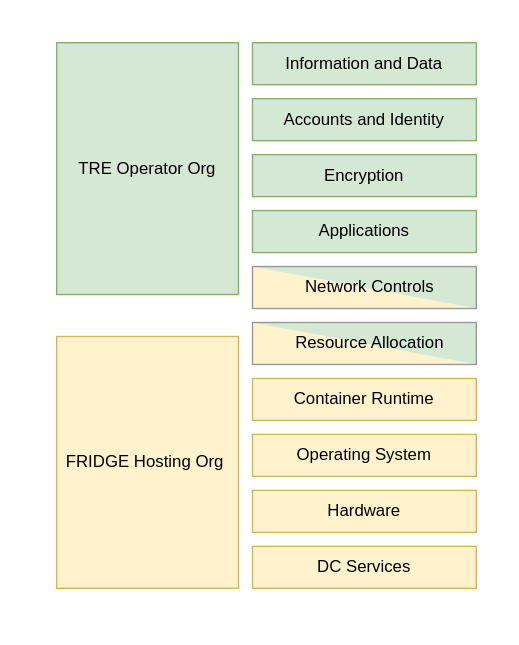
Above: Docs/FRIDGE_Images/Fridge_Shared_Responsibility_Model.drawio.svg in sa-tre/satre-high-level-design (draw.io), before the change. Source tidied: cells renumbered, new cells last; positions are measured from the earlier drawing's top-left corner, leaving out a move shared by most shapes.
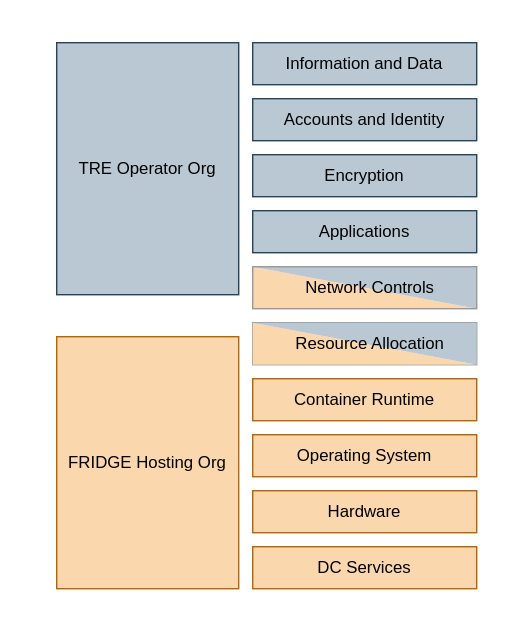
After the change.

Diff of the diagram source:
```diff
@@ -5,65 +5,59 @@
     <mxCell id="2" style="rounded=0;whiteSpace=wrap;html=1;strokeColor=none;" parent="1" vertex="1">
       <mxGeometry width="370" height="460" as="geometry" />
     </mxCell>
-    <mxCell id="3" value="TRE Operator Org" style="rounded=0;whiteSpace=wrap;html=1;align=center;fillColor=#d5e8d4;strokeColor=#82b366;" parent="1" vertex="1">
+    <mxCell id="3" value="TRE Operator Org" style="rounded=0;whiteSpace=wrap;html=1;align=center;fillColor=#bac8d3;strokeColor=#23445d;" parent="1" vertex="1">
       <mxGeometry x="40" y="30" width="130" height="180" as="geometry" />
     </mxCell>
-    <mxCell id="4" value="DC Services" style="rounded=0;whiteSpace=wrap;html=1;fillColor=#fff2cc;strokeColor=#d6b656;" parent="1" vertex="1">
+    <mxCell id="4" value="DC Services" style="rounded=0;whiteSpace=wrap;html=1;fillColor=#fad7ac;strokeColor=#b46504;" parent="1" vertex="1">
       <mxGeometry x="180" y="390" width="160" height="30" as="geometry" />
     </mxCell>
-    <mxCell id="5" value="Hardware" style="rounded=0;whiteSpace=wrap;html=1;fillColor=#fff2cc;strokeColor=#d6b656;" parent="1" vertex="1">
+    <mxCell id="5" value="Hardware" style="rounded=0;whiteSpace=wrap;html=1;fillColor=#fad7ac;strokeColor=#b46504;" parent="1" vertex="1">
       <mxGeometry x="180" y="350" width="160" height="30" as="geometry" />
     </mxCell>
-    <mxCell id="6" value="Operating System" style="rounded=0;whiteSpace=wrap;html=1;fillColor=#fff2cc;strokeColor=#d6b656;" parent="1" vertex="1">
+    <mxCell id="6" value="Operating System" style="rounded=0;whiteSpace=wrap;html=1;fillColor=#fad7ac;strokeColor=#b46504;" parent="1" vertex="1">
       <mxGeometry x="180" y="310" width="160" height="30" as="geometry" />
     </mxCell>
-    <mxCell id="7" value="Container Runtime" style="rounded=0;whiteSpace=wrap;html=1;fillColor=#fff2cc;strokeColor=#d6b656;" parent="1" vertex="1">
+    <mxCell id="7" value="Container Runtime" style="rounded=0;whiteSpace=wrap;html=1;fillColor=#fad7ac;strokeColor=#b46504;" parent="1" vertex="1">
       <mxGeometry x="180" y="270" width="160" height="30" as="geometry" />
     </mxCell>
-    <mxCell id="8" value="Applications" style="rounded=0;whiteSpace=wrap;html=1;fillColor=#d5e8d4;strokeColor=#82b366;" parent="1" vertex="1">
+    <mxCell id="8" value="Applications" style="rounded=0;whiteSpace=wrap;html=1;fillColor=#bac8d3;strokeColor=#23445d;" parent="1" vertex="1">
       <mxGeometry x="180" y="150" width="160" height="30" as="geometry" />
     </mxCell>
-    <mxCell id="9" value="Encryption" style="rounded=0;whiteSpace=wrap;html=1;fillColor=#d5e8d4;strokeColor=#82b366;" parent="1" vertex="1">
+    <mxCell id="9" value="Encryption" style="rounded=0;whiteSpace=wrap;html=1;fillColor=#bac8d3;strokeColor=#23445d;" parent="1" vertex="1">
       <mxGeometry x="180" y="110" width="160" height="30" as="geometry" />
     </mxCell>
-    <mxCell id="10" value="Accounts and Identity" style="rounded=0;whiteSpace=wrap;html=1;fillColor=#d5e8d4;strokeColor=#82b366;" parent="1" vertex="1">
+    <mxCell id="10" value="Accounts and Identity" style="rounded=0;whiteSpace=wrap;html=1;fillColor=#bac8d3;strokeColor=#23445d;" parent="1" vertex="1">
       <mxGeometry x="180" y="70" width="160" height="30" as="geometry" />
     </mxCell>
-    <mxCell id="11" value="Information and Data" style="rounded=0;whiteSpace=wrap;html=1;fillColor=#d5e8d4;strokeColor=#82b366;" parent="1" vertex="1">
+    <mxCell id="11" value="Information and Data" style="rounded=0;whiteSpace=wrap;html=1;fillColor=#bac8d3;strokeColor=#23445d;" parent="1" vertex="1">
       <mxGeometry x="180" y="30" width="160" height="30" as="geometry" />
     </mxCell>
-    <mxCell id="12" value="FRIDGE Hosting Org&amp;nbsp;" style="rounded=0;whiteSpace=wrap;html=1;align=center;fillColor=#fff2cc;strokeColor=#d6b656;" parent="1" vertex="1">
+    <mxCell id="12" value="FRIDGE Hosting Org&amp;nbsp;" style="rounded=0;whiteSpace=wrap;html=1;align=center;fillColor=#fad7ac;strokeColor=#b46504;" parent="1" vertex="1">
       <mxGeometry x="40" y="240" width="130" height="180" as="geometry" />
     </mxCell>
-    <mxCell id="13" style="group;" parent="1" vertex="1">
-      <mxGeometry x="180" y="190" width="160" height="30" as="geometry" />
-    </mxCell>
-    <mxCell id="14" style="verticalLabelPosition=bottom;verticalAlign=top;html=1;shape=mxgraph.basic.orthogonal_triangle;fillColor=#fff2cc;strokeColor=none;" parent="13" vertex="1">
-      <mxGeometry width="160" height="30" as="geometry" />
+    <mxCell id="14" style="verticalLabelPosition=bottom;verticalAlign=top;html=1;shape=mxgraph.basic.orthogonal_triangle;fillColor=#fad7ac;strokeColor=none;" parent="1" vertex="1">
+      <mxGeometry x="180" y="190" width="160" height="30" as="geometry" />
     </mxCell>
-    <mxCell id="15" style="verticalLabelPosition=bottom;verticalAlign=top;html=1;shape=mxgraph.basic.orthogonal_triangle;rotation=-180;strokeColor=none;fillColor=#d5e8d4;" parent="13" vertex="1">
-      <mxGeometry width="160" height="30" as="geometry" />
+    <mxCell id="15" style="verticalLabelPosition=bottom;verticalAlign=top;html=1;shape=mxgraph.basic.orthogonal_triangle;rotation=-180;strokeColor=none;fillColor=#bac8d3;" parent="1" vertex="1">
+      <mxGeometry x="180" y="190" width="160" height="30" as="geometry" />
     </mxCell>
-    <mxCell id="16" style="rounded=0;whiteSpace=wrap;html=1;fillColor=none;strokeColor=#999999;" parent="13" vertex="1">
-      <mxGeometry width="160" height="30" as="geometry" />
+    <mxCell id="16" style="rounded=0;whiteSpace=wrap;html=1;fillColor=none;strokeColor=#999999;" parent="1" vertex="1">
+      <mxGeometry x="180" y="230" width="160" height="30" as="geometry" />
     </mxCell>
-    <mxCell id="17" value="Network Controls" style="text;html=1;align=center;verticalAlign=middle;whiteSpace=wrap;rounded=0;" parent="13" vertex="1">
-      <mxGeometry x="17.8" y="8.6" width="132.4" height="12.9" as="geometry" />
+    <mxCell id="17" value="Network Controls" style="text;html=1;align=center;verticalAlign=middle;whiteSpace=wrap;rounded=0;" parent="1" vertex="1">
+      <mxGeometry x="197.8" y="198.6" width="132.4" height="12.9" as="geometry" />
     </mxCell>
-    <mxCell id="18" style="group;" parent="1" vertex="1">
-      <mxGeometry x="180" y="230" width="160" height="30" as="geometry" />
-    </mxCell>
-    <mxCell id="19" style="verticalLabelPosition=bottom;verticalAlign=top;html=1;shape=mxgraph.basic.orthogonal_triangle;fillColor=#fff2cc;strokeColor=none;" parent="18" vertex="1">
-      <mxGeometry width="160" height="30" as="geometry" />
+    <mxCell id="19" style="verticalLabelPosition=bottom;verticalAlign=top;html=1;shape=mxgraph.basic.orthogonal_triangle;fillColor=#fad7ac;strokeColor=none;" parent="1" vertex="1">
+      <mxGeometry x="180" y="230" width="160" height="30" as="geometry" />
     </mxCell>
-    <mxCell id="20" style="verticalLabelPosition=bottom;verticalAlign=top;html=1;shape=mxgraph.basic.orthogonal_triangle;rotation=-180;strokeColor=none;fillColor=#d5e8d4;" parent="18" vertex="1">
-      <mxGeometry width="160" height="30" as="geometry" />
+    <mxCell id="20" style="verticalLabelPosition=bottom;verticalAlign=top;html=1;shape=mxgraph.basic.orthogonal_triangle;rotation=-180;strokeColor=none;fillColor=#bac8d3;" parent="1" vertex="1">
+      <mxGeometry x="180" y="230" width="160" height="30" as="geometry" />
     </mxCell>
-    <mxCell id="21" style="rounded=0;whiteSpace=wrap;html=1;fillColor=none;strokeColor=#999999;" parent="18" vertex="1">
-      <mxGeometry width="160" height="30" as="geometry" />
+    <mxCell id="21" style="rounded=0;whiteSpace=wrap;html=1;fillColor=none;strokeColor=#999999;" parent="1" vertex="1">
+      <mxGeometry x="180" y="190" width="160" height="30" as="geometry" />
     </mxCell>
-    <mxCell id="22" value="Resource Allocation" style="text;html=1;align=center;verticalAlign=middle;whiteSpace=wrap;rounded=0;" parent="18" vertex="1">
-      <mxGeometry x="17.8" y="8.6" width="132.4" height="12.9" as="geometry" />
+    <mxCell id="22" value="Resource Allocation" style="text;html=1;align=center;verticalAlign=middle;whiteSpace=wrap;rounded=0;" parent="1" vertex="1">
+      <mxGeometry x="197.8" y="238.6" width="132.4" height="12.9" as="geometry" />
     </mxCell>
   </root>
 </mxGraphModel>
```
